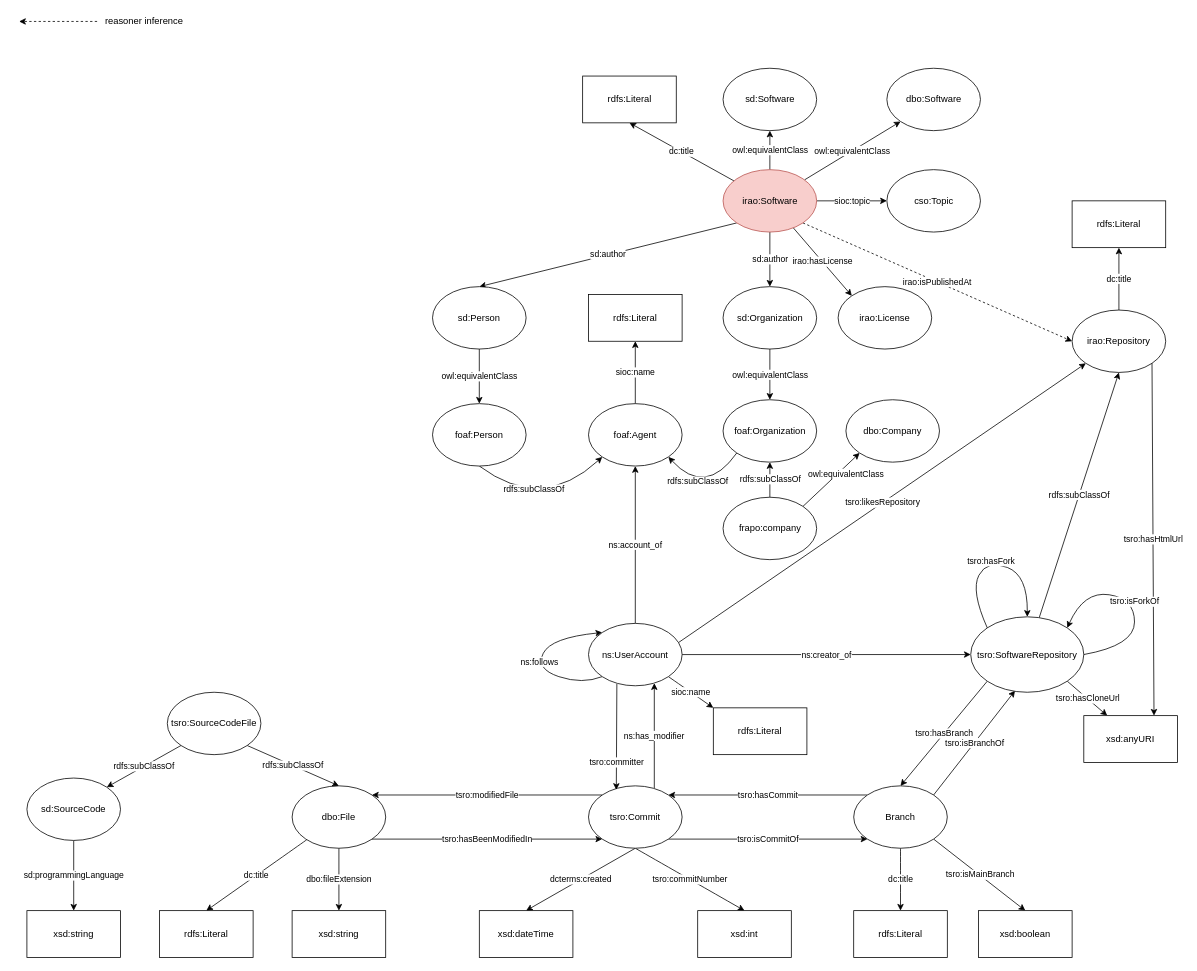
sabato-nocera/tsro keeps this draw.io diagram as ontologies/The Software Repository Ontology.drawio. Above is the earlier version. Source tidied: cells renumbered, new cells numbered last; positions are measured from the earlier drawing's top-left corner, leaving out a move shared by most shapes. Both pictures are drawn from the tidied source at 78%, with x=0, y=0 at pixel (19, 13).
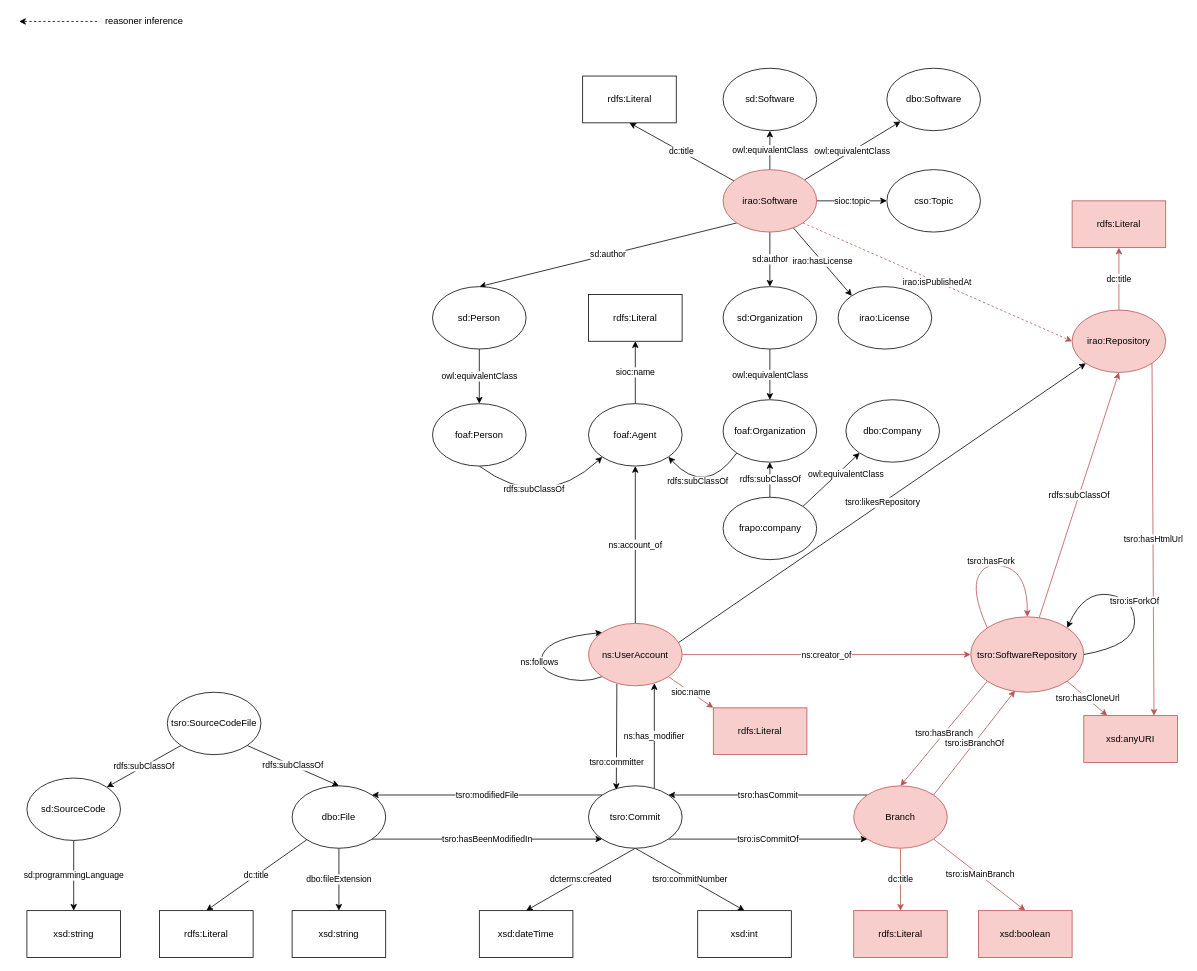
After the change.

Commit message (it also covers changes not shown here):
Realizzazione della pagina per la visualizzazione della repository

The change refers to these unchanged cells:
```xml
<mxCell id="39" value="irao:Software" style="ellipse;whiteSpace=wrap;html=1;fillColor=#f8cecc;strokeColor=#b85450;" parent="1" vertex="1">
  <mxGeometry x="902.5" y="200" width="120" height="80" as="geometry" />
</mxCell>
```

Diff of the diagram source:
```diff
@@
-    <mxCell id="2" value="dc:title" style="rounded=0;jettySize=auto;html=1;entryX=0.5;entryY=1;entryDx=0;entryDy=0;" parent="1" edge="1" source="3" target="72">
+    <mxCell id="2" value="dc:title" style="rounded=0;jettySize=auto;html=1;entryX=0.5;entryY=1;entryDx=0;entryDy=0;fillColor=#f8cecc;strokeColor=#b85450;" parent="1" edge="1" source="3" target="72">
       <mxGeometry relative="1" as="geometry" />
     </mxCell>
-    <mxCell id="3" value="irao:Repository" style="ellipse;whiteSpace=wrap;html=1;" parent="1" vertex="1">
+    <mxCell id="3" value="irao:Repository" style="ellipse;whiteSpace=wrap;html=1;fillColor=#f8cecc;strokeColor=#b85450;" parent="1" vertex="1">
       <mxGeometry x="1350" y="380" width="120" height="80" as="geometry" />
     </mxCell>
@@
-    <mxCell id="14" value="tsro:isBranchOf" style="edgeStyle=none;rounded=0;jettySize=auto;html=1;exitX=1;exitY=0;exitDx=0;exitDy=0;entryX=0.392;entryY=0.979;entryDx=0;entryDy=0;entryPerimeter=0;" parent="1" edge="1" source="17" target="23">
+    <mxCell id="14" value="tsro:isBranchOf" style="edgeStyle=none;rounded=0;jettySize=auto;html=1;exitX=1;exitY=0;exitDx=0;exitDy=0;entryX=0.392;entryY=0.979;entryDx=0;entryDy=0;entryPerimeter=0;fillColor=#f8cecc;strokeColor=#b85450;" parent="1" edge="1" source="17" target="23">
       <mxGeometry relative="1" as="geometry" />
     </mxCell>
-    <mxCell id="15" value="dc:title" style="edgeStyle=none;curved=1;jettySize=auto;html=1;entryX=0.5;entryY=0;entryDx=0;entryDy=0;" parent="1" edge="1" source="17" target="75">
+    <mxCell id="15" value="dc:title" style="edgeStyle=none;curved=1;jettySize=auto;html=1;entryX=0.5;entryY=0;entryDx=0;entryDy=0;fillColor=#f8cecc;strokeColor=#b85450;" parent="1" edge="1" source="17" target="75">
       <mxGeometry relative="1" as="geometry" />
     </mxCell>
-    <mxCell id="16" value="tsro:isMainBranch" style="rounded=0;jettySize=auto;html=1;exitX=1;exitY=1;exitDx=0;exitDy=0;entryX=0.5;entryY=0;entryDx=0;entryDy=0;" parent="1" edge="1" source="17" target="78">
+    <mxCell id="16" value="tsro:isMainBranch" style="rounded=0;jettySize=auto;html=1;exitX=1;exitY=1;exitDx=0;exitDy=0;entryX=0.5;entryY=0;entryDx=0;entryDy=0;fillColor=#f8cecc;strokeColor=#b85450;" parent="1" edge="1" source="17" target="78">
       <mxGeometry relative="1" as="geometry" />
     </mxCell>
-    <mxCell id="17" value="Branch" style="ellipse;whiteSpace=wrap;html=1;" parent="1" vertex="1">
+    <mxCell id="17" value="Branch" style="ellipse;whiteSpace=wrap;html=1;fillColor=#f8cecc;strokeColor=#b85450;" parent="1" vertex="1">
       <mxGeometry x="1070" y="990" width="120" height="80" as="geometry" />
     </mxCell>
-    <mxCell id="18" value="rdfs:subClassOf" style="edgeStyle=none;rounded=0;jettySize=auto;html=1;entryX=0.5;entryY=1;entryDx=0;entryDy=0;" parent="1" edge="1" source="23" target="3">
+    <mxCell id="18" value="rdfs:subClassOf" style="edgeStyle=none;rounded=0;jettySize=auto;html=1;entryX=0.5;entryY=1;entryDx=0;entryDy=0;fillColor=#f8cecc;strokeColor=#b85450;" parent="1" edge="1" source="23" target="3">
       <mxGeometry relative="1" as="geometry" />
     </mxCell>
@@
-    <mxCell id="20" value="tsro:hasBranch" style="edgeStyle=none;rounded=0;jettySize=auto;html=1;exitX=0;exitY=1;exitDx=0;exitDy=0;entryX=0.5;entryY=0;entryDx=0;entryDy=0;" parent="1" edge="1" source="23" target="17">
+    <mxCell id="20" value="tsro:hasBranch" style="edgeStyle=none;rounded=0;jettySize=auto;html=1;exitX=0;exitY=1;exitDx=0;exitDy=0;entryX=0.5;entryY=0;entryDx=0;entryDy=0;fillColor=#f8cecc;strokeColor=#b85450;" parent="1" edge="1" source="23" target="17">
       <mxGeometry relative="1" as="geometry" />
     </mxCell>
-    <mxCell id="21" value="tsro:hasCloneUrl" style="edgeStyle=none;rounded=0;jettySize=auto;html=1;exitX=1;exitY=1;exitDx=0;exitDy=0;entryX=0.25;entryY=0;entryDx=0;entryDy=0;" parent="1" edge="1" source="23" target="44">
+    <mxCell id="21" value="tsro:hasCloneUrl" style="edgeStyle=none;rounded=0;jettySize=auto;html=1;exitX=1;exitY=1;exitDx=0;exitDy=0;entryX=0.25;entryY=0;entryDx=0;entryDy=0;fillColor=#f8cecc;strokeColor=#b85450;" parent="1" edge="1" source="23" target="44">
       <mxGeometry relative="1" as="geometry" />
     </mxCell>
-    <mxCell id="22" value="tsro:hasHtmlUrl" style="edgeStyle=none;rounded=0;jettySize=auto;html=1;entryX=0.75;entryY=0;entryDx=0;entryDy=0;exitX=1;exitY=1;exitDx=0;exitDy=0;" parent="1" edge="1" source="3" target="44">
+    <mxCell id="22" value="tsro:hasHtmlUrl" style="edgeStyle=none;rounded=0;jettySize=auto;html=1;entryX=0.75;entryY=0;entryDx=0;entryDy=0;exitX=1;exitY=1;exitDx=0;exitDy=0;fillColor=#f8cecc;strokeColor=#b85450;" parent="1" edge="1" source="3" target="44">
       <mxGeometry relative="1" as="geometry" />
     </mxCell>
-    <mxCell id="23" value="tsro:SoftwareRepository" style="ellipse;whiteSpace=wrap;html=1;" parent="1" vertex="1">
+    <mxCell id="23" value="tsro:SoftwareRepository" style="ellipse;whiteSpace=wrap;html=1;fillColor=#f8cecc;strokeColor=#b85450;" parent="1" vertex="1">
       <mxGeometry x="1220" y="773.3" width="145" height="96.7" as="geometry" />
     </mxCell>
@@
-    <mxCell id="25" value="ns:creator_of" style="edgeStyle=none;rounded=0;jettySize=auto;html=1;entryX=0;entryY=0.5;entryDx=0;entryDy=0;" parent="1" edge="1" source="30" target="23">
+    <mxCell id="25" value="ns:creator_of" style="edgeStyle=none;rounded=0;jettySize=auto;html=1;entryX=0;entryY=0.5;entryDx=0;entryDy=0;fillColor=#f8cecc;strokeColor=#b85450;" parent="1" edge="1" source="30" target="23">
       <mxGeometry relative="1" as="geometry" />
     </mxCell>
@@
-    <mxCell id="29" value="sioc:name" style="edgeStyle=none;curved=1;jettySize=auto;html=1;exitX=1;exitY=1;exitDx=0;exitDy=0;entryX=0;entryY=0;entryDx=0;entryDy=0;" parent="1" edge="1" source="30" target="76">
+    <mxCell id="29" value="sioc:name" style="edgeStyle=none;curved=1;jettySize=auto;html=1;exitX=1;exitY=1;exitDx=0;exitDy=0;entryX=0;entryY=0;entryDx=0;entryDy=0;fillColor=#f8cecc;strokeColor=#b85450;" parent="1" edge="1" source="30" target="76">
       <mxGeometry relative="1" as="geometry" />
     </mxCell>
-    <mxCell id="30" value="ns:UserAccount" style="ellipse;whiteSpace=wrap;html=1;" parent="1" vertex="1">
+    <mxCell id="30" value="ns:UserAccount" style="ellipse;whiteSpace=wrap;html=1;fillColor=#f8cecc;strokeColor=#b85450;" parent="1" vertex="1">
       <mxGeometry x="730" y="781.7" width="120" height="80" as="geometry" />
     </mxCell>
-    <mxCell id="31" value="irao:isPublishedAt" style="edgeStyle=none;rounded=0;jettySize=auto;html=1;entryX=0;entryY=0.5;entryDx=0;entryDy=0;dashed=1;exitX=1;exitY=1;exitDx=0;exitDy=0;" parent="1" edge="1" source="39" target="3">
+    <mxCell id="31" value="irao:isPublishedAt" style="edgeStyle=none;rounded=0;jettySize=auto;html=1;entryX=0;entryY=0.5;entryDx=0;entryDy=0;dashed=1;exitX=1;exitY=1;exitDx=0;exitDy=0;fillColor=#f8cecc;strokeColor=#b85450;" parent="1" edge="1" source="39" target="3">
       <mxGeometry relative="1" as="geometry" />
     </mxCell>
@@
-    <mxCell id="44" value="xsd:anyURI" style="whiteSpace=wrap;html=1;" parent="1" vertex="1">
+    <mxCell id="44" value="xsd:anyURI" style="whiteSpace=wrap;html=1;fillColor=#f8cecc;strokeColor=#b85450;" parent="1" vertex="1">
       <mxGeometry x="1365" y="900" width="120" height="60" as="geometry" />
     </mxCell>
@@
-    <mxCell id="70" value="tsro:hasFork" style="edgeStyle=none;orthogonalLoop=1;jettySize=auto;html=1;exitX=0;exitY=0;exitDx=0;exitDy=0;entryX=0.5;entryY=0;entryDx=0;entryDy=0;curved=1;" parent="1" edge="1" source="23" target="23">
+    <mxCell id="70" value="tsro:hasFork" style="edgeStyle=none;orthogonalLoop=1;jettySize=auto;html=1;exitX=0;exitY=0;exitDx=0;exitDy=0;entryX=0.5;entryY=0;entryDx=0;entryDy=0;curved=1;fillColor=#f8cecc;strokeColor=#b85450;" parent="1" edge="1" source="23" target="23">
       <mxGeometry relative="1" as="geometry">
         <Array as="points">
           <mxPoint x="1220" y="740" />
           <mxPoint x="1241" y="700" />
           <mxPoint x="1293" y="720" />
         </Array>
       </mxGeometry>
     </mxCell>
@@
-    <mxCell id="72" value="rdfs:Literal" style="whiteSpace=wrap;html=1;" parent="1" vertex="1">
+    <mxCell id="72" value="rdfs:Literal" style="whiteSpace=wrap;html=1;fillColor=#f8cecc;strokeColor=#b85450;" parent="1" vertex="1">
       <mxGeometry x="1350" y="240" width="120" height="60" as="geometry" />
     </mxCell>
@@
-    <mxCell id="75" value="rdfs:Literal" style="whiteSpace=wrap;html=1;" parent="1" vertex="1">
+    <mxCell id="75" value="rdfs:Literal" style="whiteSpace=wrap;html=1;fillColor=#f8cecc;strokeColor=#b85450;" parent="1" vertex="1">
       <mxGeometry x="1070" y="1150" width="120" height="60" as="geometry" />
     </mxCell>
-    <mxCell id="76" value="rdfs:Literal" style="whiteSpace=wrap;html=1;" parent="1" vertex="1">
+    <mxCell id="76" value="rdfs:Literal" style="whiteSpace=wrap;html=1;fillColor=#f8cecc;strokeColor=#b85450;" parent="1" vertex="1">
       <mxGeometry x="890" y="890" width="120" height="60" as="geometry" />
     </mxCell>
@@
-    <mxCell id="78" value="xsd:boolean" style="whiteSpace=wrap;html=1;" parent="1" vertex="1">
+    <mxCell id="78" value="xsd:boolean" style="whiteSpace=wrap;html=1;fillColor=#f8cecc;strokeColor=#b85450;" parent="1" vertex="1">
       <mxGeometry x="1230" y="1150" width="120" height="60" as="geometry" />
     </mxCell>
```
